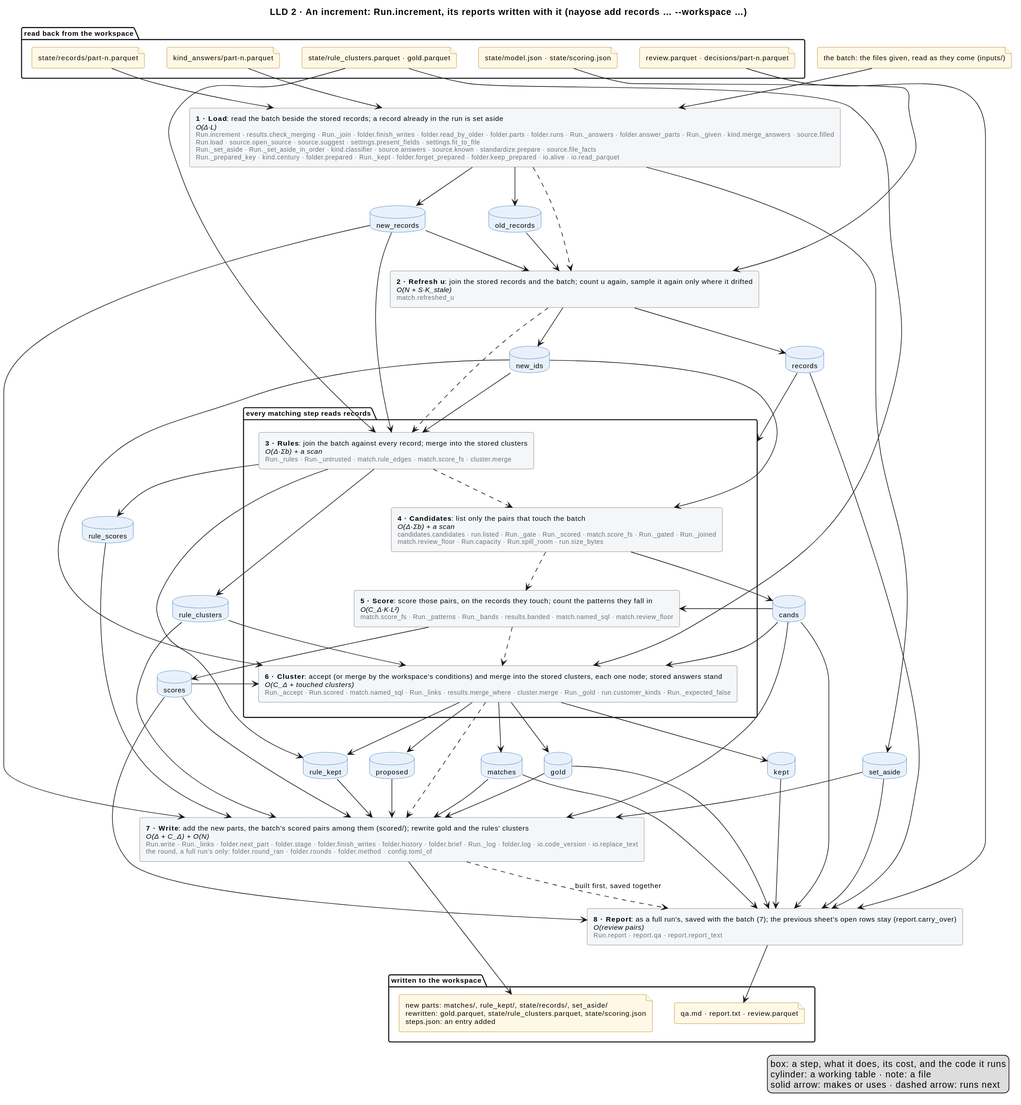
Above: docs/diagrams/increment.svg in mvsbm/entity_matching (PlantUML), before the change.
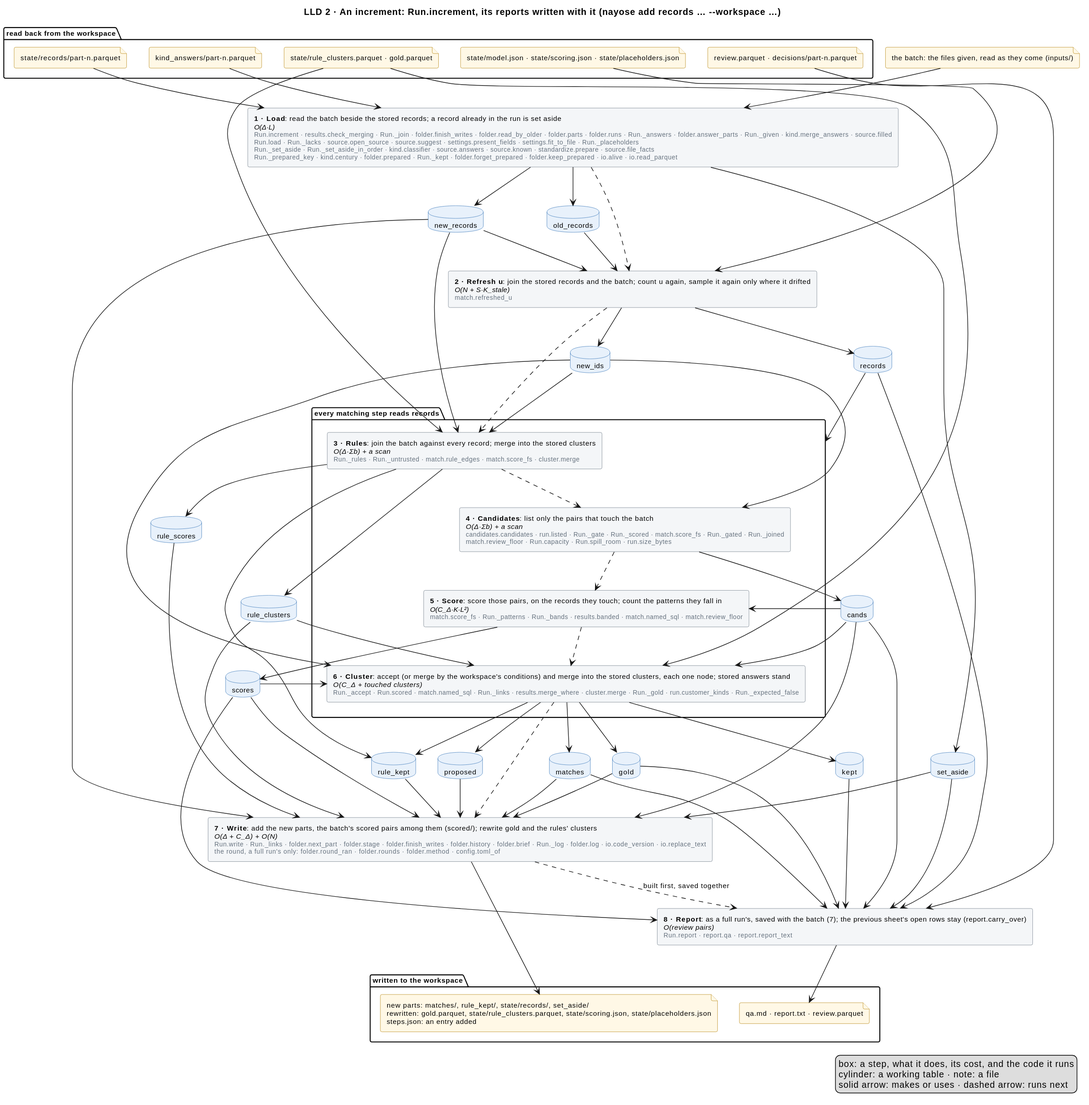
The same diagram one commit later.

The edit, as a diff of the source:
```diff
@@ -15,7 +15,7 @@
 }
 
 package "read back from the workspace" {
-  file "state/model.json · state/scoring.json" as f_model
+  file "state/model.json · state/scoring.json · state/placeholders.json" as f_model
   file "state/records/part-n.parquet" as f_records
   file "state/rule_clusters.parquet · gold.parquet" as f_clusters
   file "kind_answers/part-n.parquet" as f_answers
@@ -24,7 +24,7 @@
 file "the batch: the files given, read as they come (inputs/)" as f_batch
 
 
-rectangle "<b>1 · Load</b>: read the batch beside the stored records; a record already in the run is set aside\n<i>O(Δ·L)</i>\n<size:10><color:#65717E>Run.increment · results.check_merging · Run._join · folder.finish_writes · folder.read_by_older · folder.parts · folder.runs · Run._answers · folder.answer_parts · Run._given · kind.merge_answers · source.filled</color></size>\n<size:10><color:#65717E>Run.load · source.open_source · source.suggest · settings.present_fields · settings.fit_to_file</color></size>\n<size:10><color:#65717E>Run._set_aside · Run._set_aside_in_order · kind.classifier · source.answers · source.known · standardize.prepare · source.file_facts</color></size>\n<size:10><color:#65717E>Run._prepared_key · kind.century · folder.prepared · Run._kept · folder.forget_prepared · folder.keep_prepared · io.alive · io.read_parquet</color></size>" as load
+rectangle "<b>1 · Load</b>: read the batch beside the stored records; a record already in the run is set aside\n<i>O(Δ·L)</i>\n<size:10><color:#65717E>Run.increment · results.check_merging · Run._join · folder.finish_writes · folder.read_by_older · folder.parts · folder.runs · Run._answers · folder.answer_parts · Run._given · kind.merge_answers · source.filled</color></size>\n<size:10><color:#65717E>Run.load · Run._lacks · source.open_source · source.suggest · settings.present_fields · settings.fit_to_file · Run._placeholders</color></size>\n<size:10><color:#65717E>Run._set_aside · Run._set_aside_in_order · kind.classifier · source.answers · source.known · standardize.prepare · source.file_facts</color></size>\n<size:10><color:#65717E>Run._prepared_key · kind.century · folder.prepared · Run._kept · folder.forget_prepared · folder.keep_prepared · io.alive · io.read_parquet</color></size>" as load
 rectangle "<b>2 · Refresh u</b>: join the stored records and the batch; count u again, sample it again only where it drifted\n<i>O(N + S·K_stale)</i>\n<size:10><color:#65717E>match.refreshed_u</color></size>" as fit
 package "every matching step reads records" as matching {
   rectangle "<b>3 · Rules</b>: join the batch against every record; merge into the stored clusters\n<i>O(Δ·Σb) + a scan</i>\n<size:10><color:#65717E>Run._rules · Run._untrusted · match.rule_edges · match.score_fs · cluster.merge</color></size>" as rules
@@ -50,7 +50,7 @@
 database "gold" as gold
 
 package "written to the workspace" {
-  file "new parts: matches/, rule_kept/, state/records/, set_aside/\nrewritten: gold.parquet, state/rule_clusters.parquet, state/scoring.json\nsteps.json: an entry added" as f_out
+  file "new parts: matches/, rule_kept/, state/records/, set_aside/\nrewritten: gold.parquet, state/rule_clusters.parquet, state/scoring.json, state/placeholders.json\nsteps.json: an entry added" as f_out
   file "qa.md · report.txt · review.parquet" as f_people
 }
 
```
